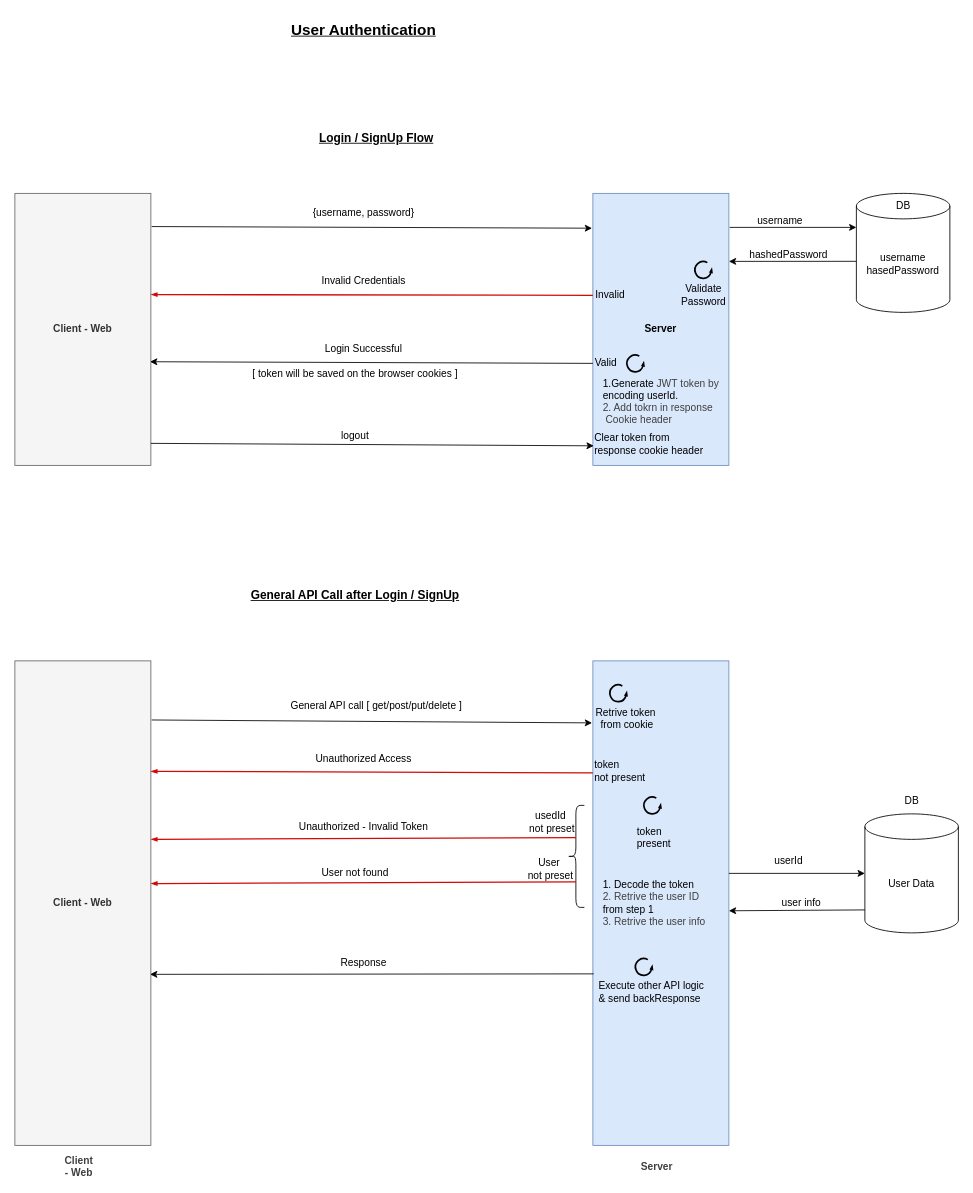
The draw.io diagram page "web" (1 of 2) of server/diagram/authentication.drawio in rkchoudhury/devTinder, before the edit. Source tidied: cells renumbered, new cells numbered last; positions are measured from the earlier drawing's top-left corner, leaving out a move shared by most shapes. Both pictures are drawn from the tidied source at 85%, with x=0, y=0 at pixel (14, 14).
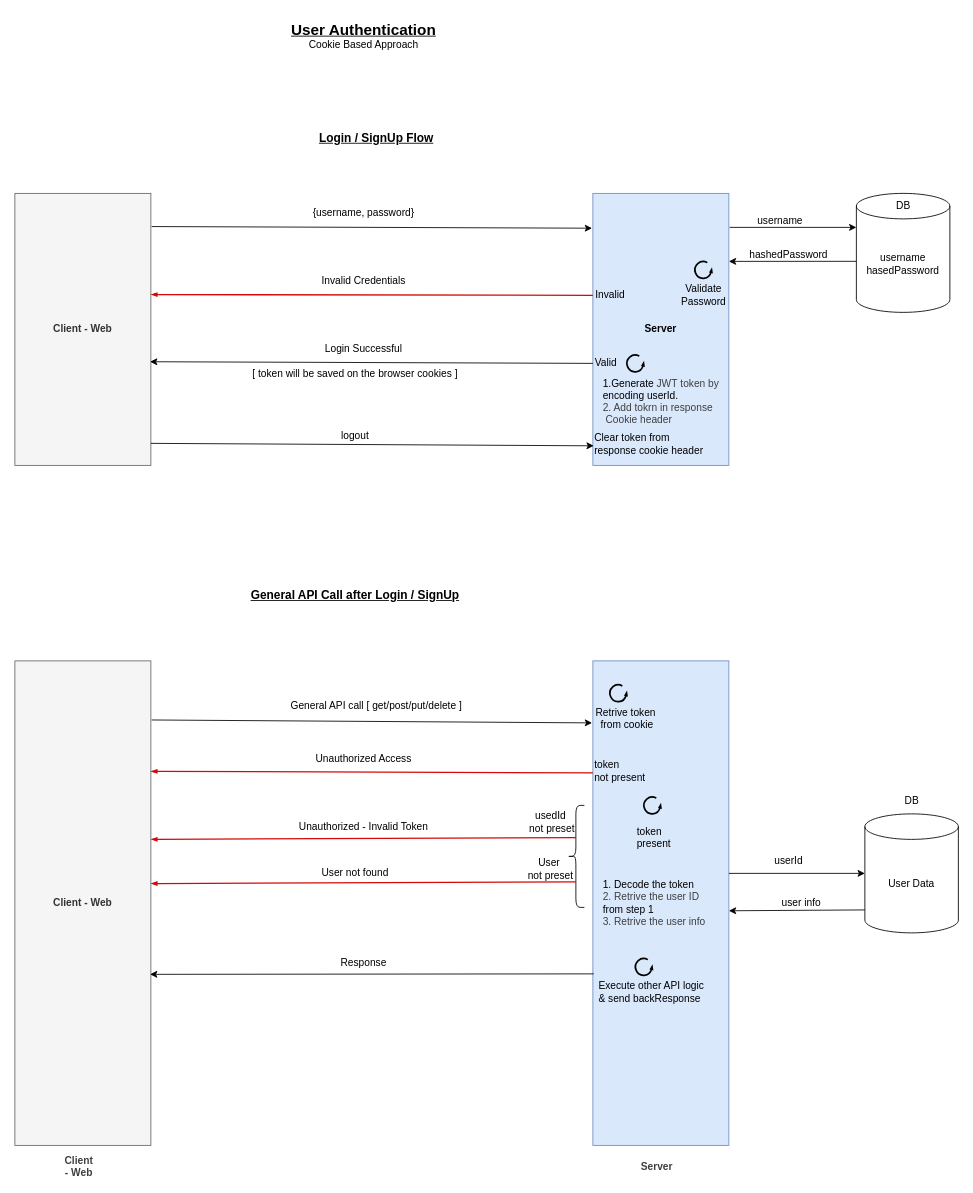
The same page after the edit.

Commit message (it also covers changes not shown here):
Added authentication flow for mobile

Diff of the diagram source:
```diff
@@
-    <mxCell id="40" value="&lt;b&gt;&lt;font style=&quot;font-size: 18px;&quot;&gt;&lt;u&gt;User Authentication&lt;/u&gt;&lt;/font&gt;&lt;/b&gt;&lt;div&gt;&lt;br&gt;&lt;/div&gt;" style="text;html=1;align=center;verticalAlign=middle;strokeColor=none;fillColor=none;" parent="1" vertex="1">
+    <mxCell id="40" value="&lt;b&gt;&lt;font style=&quot;font-size: 18px;&quot;&gt;&lt;u&gt;User Authentication&lt;/u&gt;&lt;/font&gt;&lt;/b&gt;&lt;div&gt;Cookie Based Approach&lt;/div&gt;" style="text;html=1;align=center;verticalAlign=middle;strokeColor=none;fillColor=none;" parent="1" vertex="1">
       <mxGeometry x="315" width="190" height="50" as="geometry" />
     </mxCell>
```
